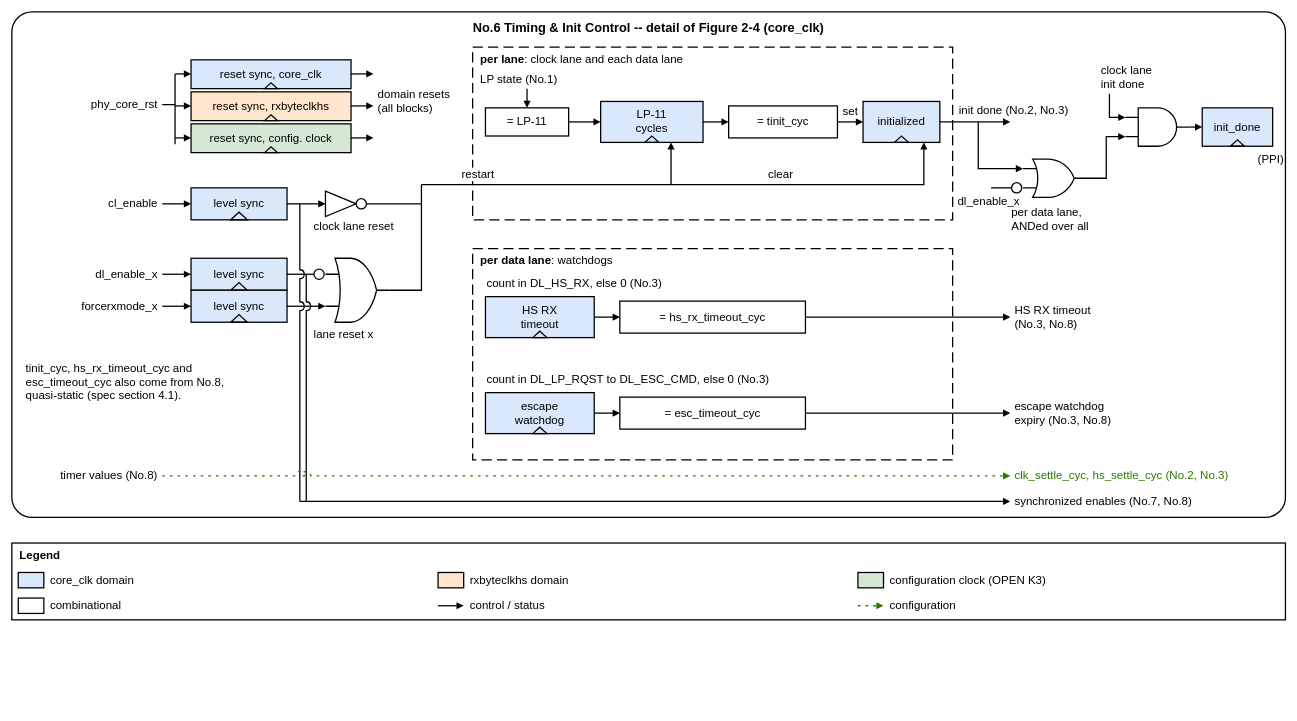
Earlier version of the draw.io diagram 22fdx/rx/digital/hw/rtl/ip/ftel_dphy_rx/doc/figures/ftel_dphy_rx_timing_init.drawio (ftel-cdc/fu3_dphy). Source tidied: cells renumbered, new cells numbered last; positions are measured from the earlier drawing's top-left corner, leaving out a move shared by most shapes. Both pictures are drawn from the tidied source at 64%, with x=0, y=0 at pixel (12, 12).
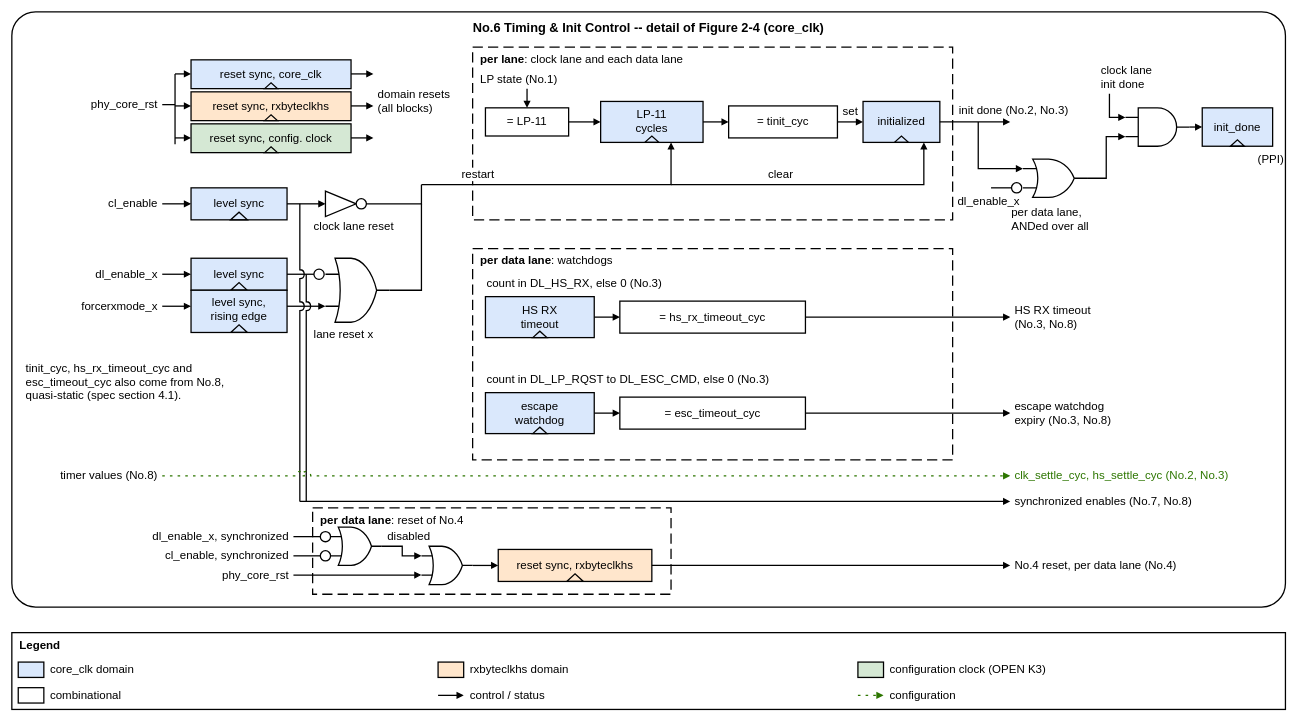
The same page after the edit.

What changed in the source:
```diff
@@
     <mxCell id="2" value="No.6 Timing &amp; Init Control  --  detail of Figure 2-4 (core_clk)" style="rounded=1;whiteSpace=wrap;html=1;fontSize=20;fontStyle=1;verticalAlign=top;strokeWidth=2;fillColor=none;arcSize=4;spacingTop=6;" parent="1" vertex="1">
-      <mxGeometry width="1990" height="790" as="geometry" />
+      <mxGeometry width="1990" height="930" as="geometry" />
     </mxCell>
@@
-    <mxCell id="26" value="level sync" style="rounded=0;whiteSpace=wrap;html=1;fontSize=18;strokeWidth=2;fillColor=#DAE8FC;align=center;verticalAlign=middle;spacing=4;" parent="1" vertex="1">
-      <mxGeometry x="280" y="435" width="150" height="50" as="geometry" />
+    <mxCell id="26" value="level sync,&lt;br&gt;rising edge" style="rounded=0;whiteSpace=wrap;html=1;fontSize=18;strokeWidth=2;fillColor=#DAE8FC;align=center;verticalAlign=top;spacing=4;" parent="1" vertex="1">
+      <mxGeometry x="280" y="435" width="150" height="66" as="geometry" />
     </mxCell>
     <mxCell id="27" style="triangle;whiteSpace=wrap;html=1;rotation=-90;strokeWidth=2;fillColor=none;" parent="1" vertex="1">
-      <mxGeometry x="349" y="466" width="12" height="26" as="geometry" />
+      <mxGeometry x="349" y="482" width="12" height="26" as="geometry" />
     </mxCell>
@@
+    <mxCell id="109" value="&lt;b&gt;per data lane&lt;/b&gt;: reset of No.4" style="rounded=0;whiteSpace=wrap;html=1;fontSize=18;strokeWidth=2;fillColor=none;verticalAlign=top;align=left;spacingLeft=10;spacingTop=2;dashed=1;dashPattern=8 4;" parent="1" vertex="1">
+      <mxGeometry x="470" y="775" width="560" height="135" as="geometry" />
+    </mxCell>
+    <mxCell id="110" value="dl_enable_x, synchronized" style="text;html=1;whiteSpace=wrap;fontSize=18;align=right;verticalAlign=middle;strokeColor=none;fillColor=none;spacing=2;" parent="1" vertex="1">
+      <mxGeometry x="5" y="805" width="430" height="30" as="geometry" />
+    </mxCell>
+    <mxCell id="111" value="cl_enable, synchronized" style="text;html=1;whiteSpace=wrap;fontSize=18;align=right;verticalAlign=middle;strokeColor=none;fillColor=none;spacing=2;" parent="1" vertex="1">
+      <mxGeometry x="5" y="835" width="430" height="30" as="geometry" />
+    </mxCell>
+    <mxCell id="112" value="phy_core_rst" style="text;html=1;whiteSpace=wrap;fontSize=18;align=right;verticalAlign=middle;strokeColor=none;fillColor=none;spacing=2;" parent="1" vertex="1">
+      <mxGeometry x="5" y="865" width="430" height="30" as="geometry" />
+    </mxCell>
+    <mxCell id="113" style="endArrow=block;endFill=1;html=1;fontSize=18;edgeStyle=orthogonalEdgeStyle;rounded=0;jumpStyle=arc;jumpSize=12;labelBackgroundColor=#FFFFFF;strokeWidth=2;edgeStyle=none;endArrow=none;" parent="1" edge="1">
+      <mxGeometry relative="1" as="geometry">
+        <mxPoint x="440" y="820" as="sourcePoint" />
+        <mxPoint x="482" y="820" as="targetPoint" />
+      </mxGeometry>
+    </mxCell>
+    <mxCell id="114" style="endArrow=block;endFill=1;html=1;fontSize=18;edgeStyle=orthogonalEdgeStyle;rounded=0;jumpStyle=arc;jumpSize=12;labelBackgroundColor=#FFFFFF;strokeWidth=2;edgeStyle=none;endArrow=none;" parent="1" edge="1">
+      <mxGeometry relative="1" as="geometry">
+        <mxPoint x="440" y="850" as="sourcePoint" />
+        <mxPoint x="482" y="850" as="targetPoint" />
+      </mxGeometry>
+    </mxCell>
+    <mxCell id="115" style="ellipse;whiteSpace=wrap;html=1;strokeWidth=2;" parent="1" vertex="1">
+      <mxGeometry x="482" y="812" width="16" height="16" as="geometry" />
+    </mxCell>
+    <mxCell id="116" style="ellipse;whiteSpace=wrap;html=1;strokeWidth=2;" parent="1" vertex="1">
+      <mxGeometry x="482" y="842" width="16" height="16" as="geometry" />
+    </mxCell>
+    <mxCell id="117" style="verticalLabelPosition=bottom;shadow=0;dashed=0;align=center;html=1;verticalAlign=top;shape=mxgraph.electrical.logic_gates.logic_gate;operation=or;strokeWidth=2;fontSize=18;" parent="1" vertex="1">
+      <mxGeometry x="498" y="805" width="80" height="60" as="geometry" />
+    </mxCell>
+    <mxCell id="118" value="disabled" style="text;html=1;whiteSpace=wrap;fontSize=18;align=left;verticalAlign=middle;strokeColor=none;fillColor=none;spacing=2;" parent="1" vertex="1">
+      <mxGeometry x="585" y="806" width="90" height="28" as="geometry" />
+    </mxCell>
+    <mxCell id="119" style="endArrow=block;endFill=1;html=1;fontSize=18;edgeStyle=orthogonalEdgeStyle;rounded=0;jumpStyle=arc;jumpSize=12;labelBackgroundColor=#FFFFFF;strokeWidth=2;" parent="1" edge="1">
+      <mxGeometry relative="1" as="geometry">
+        <mxPoint x="578" y="835" as="sourcePoint" />
+        <mxPoint x="640" y="850" as="targetPoint" />
+        <Array as="points">
+          <mxPoint x="610" y="835" />
+          <mxPoint x="610" y="850" />
+        </Array>
+      </mxGeometry>
+    </mxCell>
+    <mxCell id="120" style="endArrow=block;endFill=1;html=1;fontSize=18;edgeStyle=orthogonalEdgeStyle;rounded=0;jumpStyle=arc;jumpSize=12;labelBackgroundColor=#FFFFFF;strokeWidth=2;edgeStyle=none;" parent="1" edge="1">
+      <mxGeometry relative="1" as="geometry">
+        <mxPoint x="440" y="880" as="sourcePoint" />
+        <mxPoint x="640" y="880" as="targetPoint" />
+      </mxGeometry>
+    </mxCell>
+    <mxCell id="121" style="verticalLabelPosition=bottom;shadow=0;dashed=0;align=center;html=1;verticalAlign=top;shape=mxgraph.electrical.logic_gates.logic_gate;operation=or;strokeWidth=2;fontSize=18;" parent="1" vertex="1">
+      <mxGeometry x="640" y="835" width="80" height="60" as="geometry" />
+    </mxCell>
+    <mxCell id="122" style="endArrow=block;endFill=1;html=1;fontSize=18;edgeStyle=orthogonalEdgeStyle;rounded=0;jumpStyle=arc;jumpSize=12;labelBackgroundColor=#FFFFFF;strokeWidth=2;edgeStyle=none;" parent="1" edge="1">
+      <mxGeometry relative="1" as="geometry">
+        <mxPoint x="720" y="865" as="sourcePoint" />
+        <mxPoint x="760" y="865" as="targetPoint" />
+      </mxGeometry>
+    </mxCell>
+    <mxCell id="123" value="reset sync, rxbyteclkhs" style="rounded=0;whiteSpace=wrap;html=1;fontSize=18;strokeWidth=2;fillColor=#FFE6CC;align=center;verticalAlign=middle;spacing=4;" parent="1" vertex="1">
+      <mxGeometry x="760" y="840" width="240" height="50" as="geometry" />
+    </mxCell>
+    <mxCell id="124" style="triangle;whiteSpace=wrap;html=1;rotation=-90;strokeWidth=2;fillColor=none;" parent="1" vertex="1">
+      <mxGeometry x="874" y="871" width="12" height="26" as="geometry" />
+    </mxCell>
+    <mxCell id="125" style="endArrow=block;endFill=1;html=1;fontSize=18;edgeStyle=orthogonalEdgeStyle;rounded=0;jumpStyle=arc;jumpSize=12;labelBackgroundColor=#FFFFFF;strokeWidth=2;edgeStyle=none;" parent="1" edge="1">
+      <mxGeometry relative="1" as="geometry">
+        <mxPoint x="1000" y="865" as="sourcePoint" />
+        <mxPoint x="1560" y="865" as="targetPoint" />
+      </mxGeometry>
+    </mxCell>
+    <mxCell id="126" value="No.4 reset, per data lane (No.4)" style="text;html=1;whiteSpace=wrap;fontSize=18;align=left;verticalAlign=middle;strokeColor=none;fillColor=none;spacing=2;" parent="1" vertex="1">
+      <mxGeometry x="1565" y="851" width="420" height="28" as="geometry" />
+    </mxCell>
     <mxCell id="95" style="rounded=0;whiteSpace=wrap;html=1;fontSize=18;strokeWidth=2;fillColor=none;align=center;verticalAlign=middle;spacing=4;" parent="1" vertex="1">
-      <mxGeometry y="830" width="1990" height="120" as="geometry" />
+      <mxGeometry y="970" width="1990" height="120" as="geometry" />
     </mxCell>
     <mxCell id="96" value="&lt;b&gt;Legend&lt;/b&gt;" style="text;html=1;whiteSpace=wrap;fontSize=18;align=left;verticalAlign=middle;strokeColor=none;fillColor=none;spacing=2;" parent="1" vertex="1">
-      <mxGeometry x="10" y="834" width="100" height="32" as="geometry" />
+      <mxGeometry x="10" y="974" width="100" height="32" as="geometry" />
     </mxCell>
     <mxCell id="97" style="rounded=0;whiteSpace=wrap;html=1;fontSize=18;strokeWidth=2;fillColor=#DAE8FC;align=center;verticalAlign=middle;spacing=4;" parent="1" vertex="1">
-      <mxGeometry x="10" y="876" width="40" height="24" as="geometry" />
+      <mxGeometry x="10" y="1016" width="40" height="24" as="geometry" />
     </mxCell>
     <mxCell id="98" value="core_clk domain" style="text;html=1;whiteSpace=wrap;fontSize=18;align=left;verticalAlign=middle;strokeColor=none;fillColor=none;spacing=2;" parent="1" vertex="1">
-      <mxGeometry x="58" y="870" width="606" height="36" as="geometry" />
+      <mxGeometry x="58" y="1010" width="606" height="36" as="geometry" />
     </mxCell>
     <mxCell id="99" style="rounded=0;whiteSpace=wrap;html=1;fontSize=18;strokeWidth=2;fillColor=#FFE6CC;align=center;verticalAlign=middle;spacing=4;" parent="1" vertex="1">
-      <mxGeometry x="666" y="876" width="40" height="24" as="geometry" />
+      <mxGeometry x="666" y="1016" width="40" height="24" as="geometry" />
     </mxCell>
     <mxCell id="100" value="rxbyteclkhs domain" style="text;html=1;whiteSpace=wrap;fontSize=18;align=left;verticalAlign=middle;strokeColor=none;fillColor=none;spacing=2;" parent="1" vertex="1">
-      <mxGeometry x="714" y="870" width="606" height="36" as="geometry" />
+      <mxGeometry x="714" y="1010" width="606" height="36" as="geometry" />
     </mxCell>
     <mxCell id="101" style="rounded=0;whiteSpace=wrap;html=1;fontSize=18;strokeWidth=2;fillColor=#D5E8D4;align=center;verticalAlign=middle;spacing=4;" parent="1" vertex="1">
-      <mxGeometry x="1322" y="876" width="40" height="24" as="geometry" />
+      <mxGeometry x="1322" y="1016" width="40" height="24" as="geometry" />
     </mxCell>
     <mxCell id="102" value="configuration clock (OPEN K3)" style="text;html=1;whiteSpace=wrap;fontSize=18;align=left;verticalAlign=middle;strokeColor=none;fillColor=none;spacing=2;" parent="1" vertex="1">
-      <mxGeometry x="1370" y="870" width="606" height="36" as="geometry" />
+      <mxGeometry x="1370" y="1010" width="606" height="36" as="geometry" />
     </mxCell>
     <mxCell id="103" style="rounded=0;whiteSpace=wrap;html=1;fontSize=18;strokeWidth=2;fillColor=#FFFFFF;align=center;verticalAlign=middle;spacing=4;" parent="1" vertex="1">
-      <mxGeometry x="10" y="916" width="40" height="24" as="geometry" />
+      <mxGeometry x="10" y="1056" width="40" height="24" as="geometry" />
     </mxCell>
     <mxCell id="104" value="combinational" style="text;html=1;whiteSpace=wrap;fontSize=18;align=left;verticalAlign=middle;strokeColor=none;fillColor=none;spacing=2;" parent="1" vertex="1">
-      <mxGeometry x="58" y="910" width="606" height="36" as="geometry" />
+      <mxGeometry x="58" y="1050" width="606" height="36" as="geometry" />
     </mxCell>
     <mxCell id="105" style="endArrow=block;endFill=1;html=1;fontSize=18;edgeStyle=orthogonalEdgeStyle;rounded=0;jumpStyle=arc;jumpSize=12;labelBackgroundColor=#FFFFFF;strokeWidth=2;edgeStyle=none;" parent="1" edge="1">
       <mxGeometry relative="1" as="geometry">
-        <mxPoint x="666" y="928" as="sourcePoint" />
-        <mxPoint x="706" y="928" as="targetPoint" />
+        <mxPoint x="666" y="1068" as="sourcePoint" />
+        <mxPoint x="706" y="1068" as="targetPoint" />
       </mxGeometry>
     </mxCell>
     <mxCell id="106" value="control / status" style="text;html=1;whiteSpace=wrap;fontSize=18;align=left;verticalAlign=middle;strokeColor=none;fillColor=none;spacing=2;" parent="1" vertex="1">
-      <mxGeometry x="714" y="910" width="606" height="36" as="geometry" />
+      <mxGeometry x="714" y="1050" width="606" height="36" as="geometry" />
     </mxCell>
     <mxCell id="107" style="endArrow=block;endFill=1;html=1;fontSize=18;edgeStyle=orthogonalEdgeStyle;rounded=0;jumpStyle=arc;jumpSize=12;labelBackgroundColor=#FFFFFF;strokeWidth=2;dashed=1;dashPattern=2 4;strokeColor=#2D7600;fontColor=#2D7600;edgeStyle=none;" parent="1" edge="1">
       <mxGeometry relative="1" as="geometry">
-        <mxPoint x="1322" y="928" as="sourcePoint" />
-        <mxPoint x="1362" y="928" as="targetPoint" />
+        <mxPoint x="1322" y="1068" as="sourcePoint" />
+        <mxPoint x="1362" y="1068" as="targetPoint" />
       </mxGeometry>
     </mxCell>
     <mxCell id="108" value="configuration" style="text;html=1;whiteSpace=wrap;fontSize=18;align=left;verticalAlign=middle;strokeColor=none;fillColor=none;spacing=2;" parent="1" vertex="1">
-      <mxGeometry x="1370" y="910" width="606" height="36" as="geometry" />
+      <mxGeometry x="1370" y="1050" width="606" height="36" as="geometry" />
     </mxCell>
```
